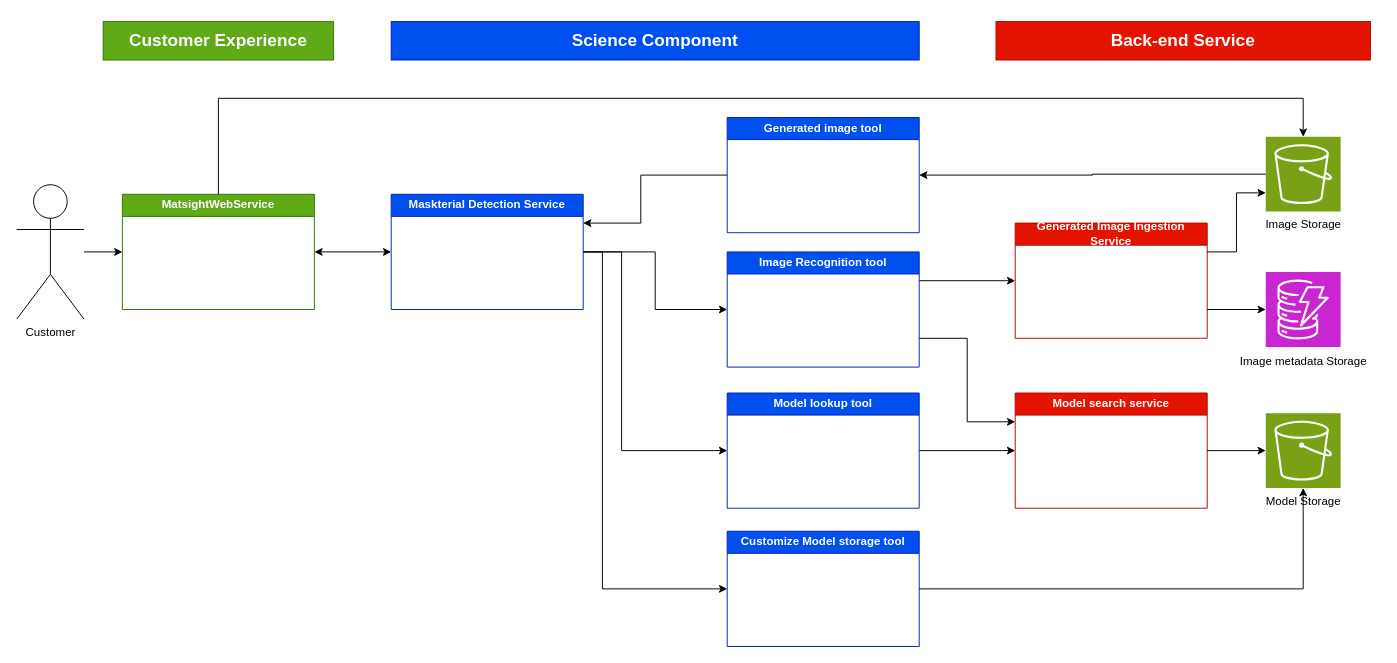
This is Diagrams/Detailed High Level Diagram.drawio from microseg/docs, a draw.io file, before an edit. Source tidied: cells renumbered, new cells numbered last; positions are measured from the earlier drawing's top-left corner, leaving out a move shared by most shapes. Both pictures are drawn from the tidied source at 96%, with x=0, y=0 at pixel (16, 21).
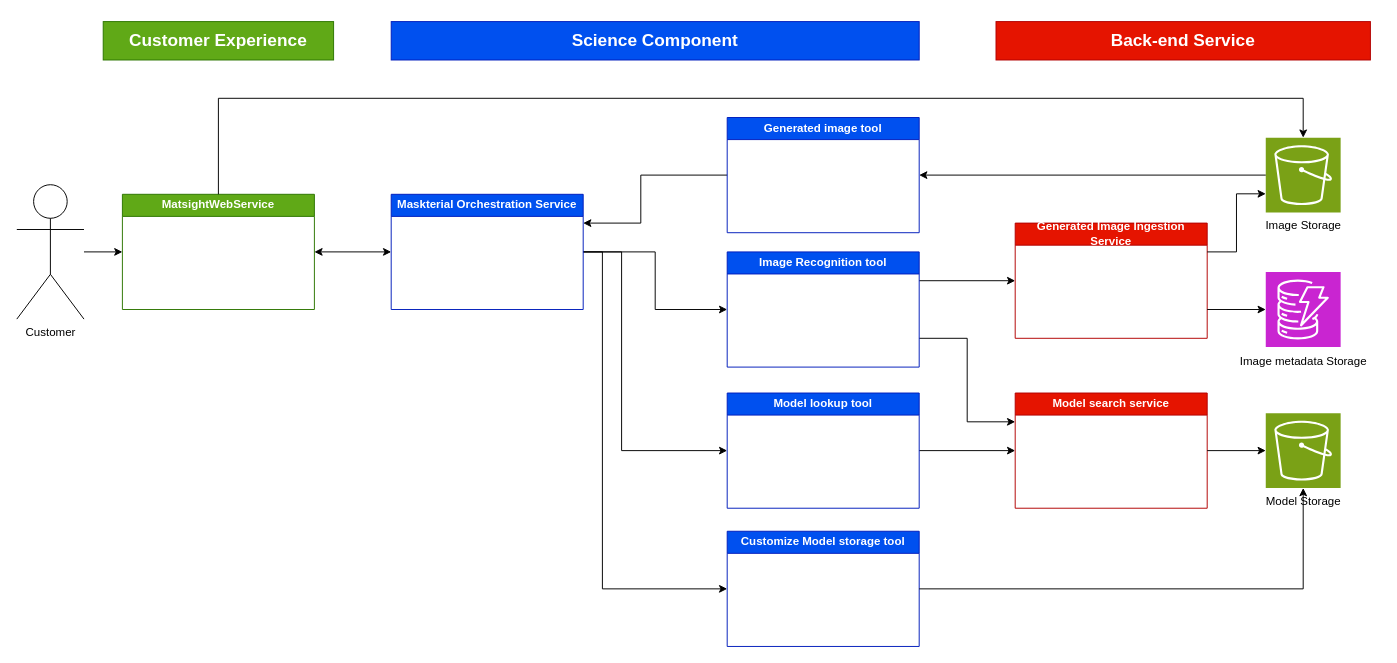
Above is the later version.

What changed in the source:
```diff
@@
-    <mxCell id="13" value="Maskterial Detection Service" style="swimlane;whiteSpace=wrap;html=1;fillColor=#0050ef;fontColor=#ffffff;strokeColor=#001DBC;" parent="1" vertex="1">
+    <mxCell id="13" value="Maskterial Orchestration Service" style="swimlane;whiteSpace=wrap;html=1;fillColor=#0050ef;fontColor=#ffffff;strokeColor=#001DBC;startSize=23;" parent="1" vertex="1">
       <mxGeometry x="390" y="179.9" width="200" height="120" as="geometry" />
     </mxCell>
@@
     <mxCell id="26" style="group;" parent="1" vertex="1">
-      <mxGeometry x="1290" y="119.9" width="110" height="107" as="geometry" />
+      <mxGeometry x="1290" y="120.9" width="110" height="107" as="geometry" />
     </mxCell>
```
